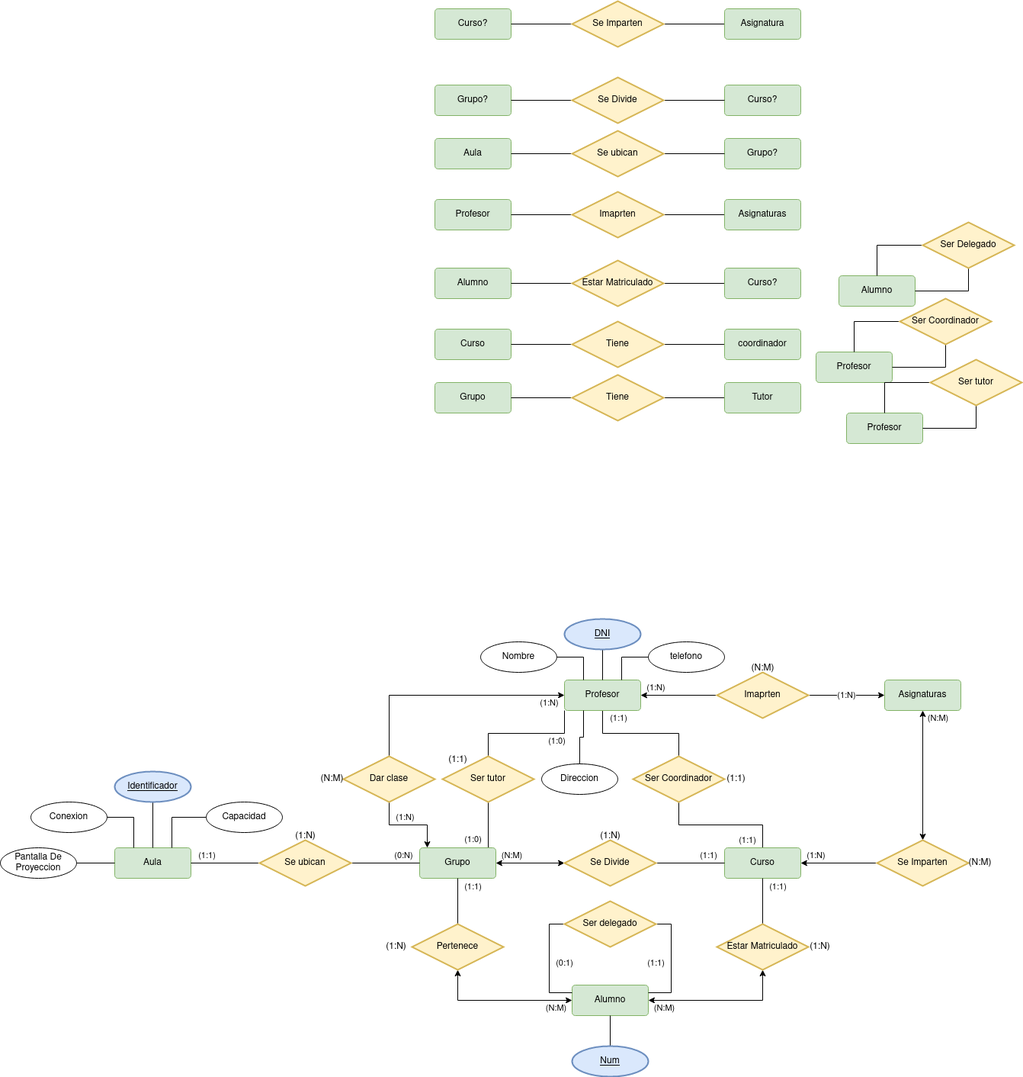
This is tareas base de datos/Actividades_Esquemas/Actividades_Esquemas/Diagrama Sen nome.drawio.png from Angel-L-G/Base-Datos, a draw.io export, as it was before one commit. Source tidied: cells renumbered, new cells last; positions are measured from the earlier drawing's top-left corner, leaving out a move shared by most shapes.
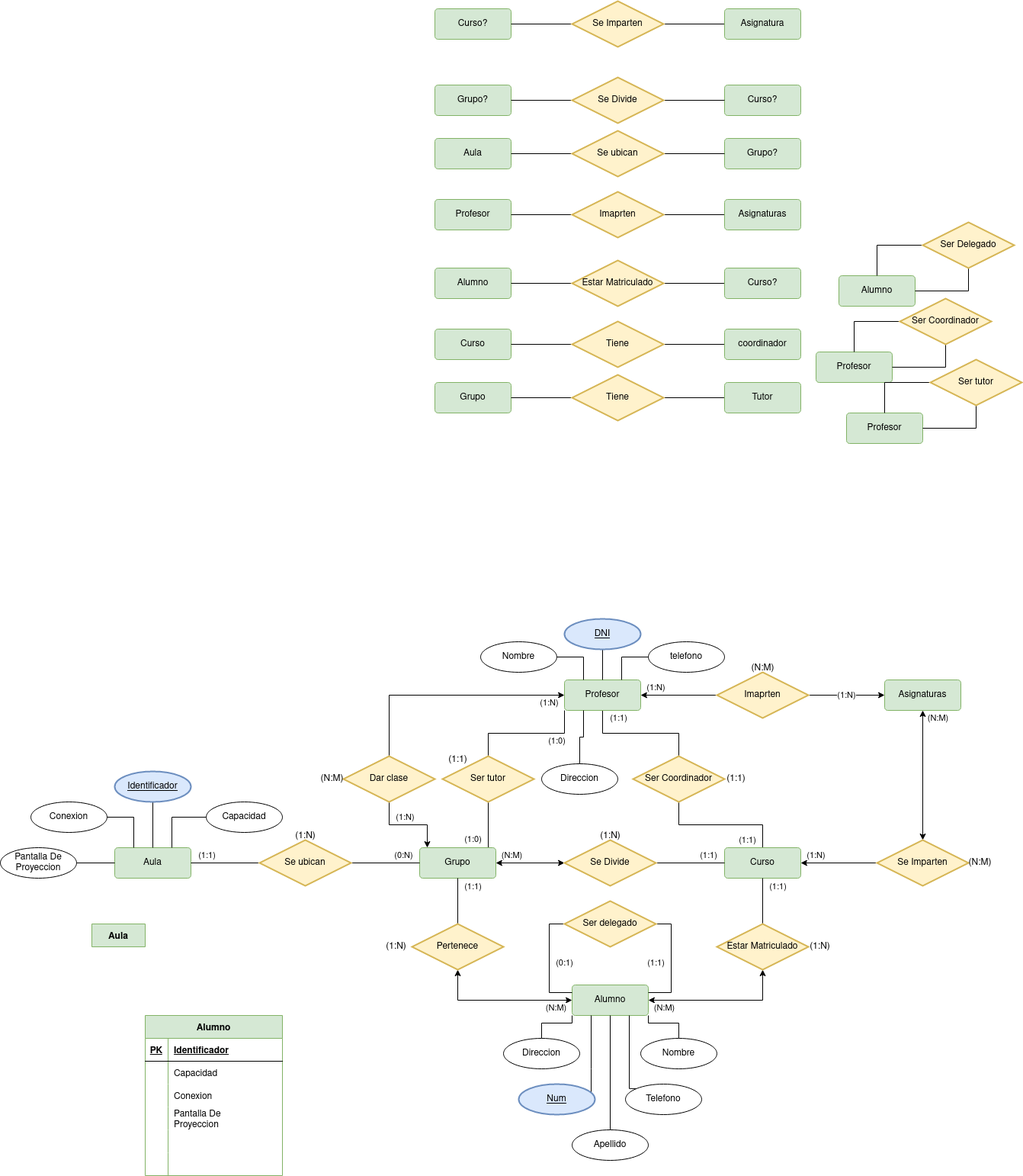
Later version of the same file.

The edit, as a diff of the source:
```diff
@@ -377,11 +377,16 @@
     <mxCell id="107" value="Ser delegado" style="shape=rhombus;perimeter=rhombusPerimeter;whiteSpace=wrap;html=1;align=center;fillColor=#fff2cc;strokeColor=#d6b656;strokeWidth=2;" parent="1" vertex="1">
       <mxGeometry x="740" y="1180" width="120" height="60" as="geometry" />
     </mxCell>
-    <mxCell id="108" style="edgeStyle=orthogonalEdgeStyle;rounded=0;jettySize=auto;html=1;entryX=0.5;entryY=1;entryDx=0;entryDy=0;endArrow=none;endFill=0;" parent="1" edge="1" source="109" target="69">
-      <mxGeometry relative="1" as="geometry" />
+    <mxCell id="108" style="edgeStyle=orthogonalEdgeStyle;rounded=0;jettySize=auto;html=1;entryX=0.25;entryY=1;entryDx=0;entryDy=0;endArrow=none;endFill=0;" parent="1" edge="1" source="109" target="69">
+      <mxGeometry relative="1" as="geometry">
+        <Array as="points">
+          <mxPoint x="775" y="1400" />
+          <mxPoint x="775" y="1400" />
+        </Array>
+      </mxGeometry>
     </mxCell>
     <mxCell id="109" value="Num" style="ellipse;whiteSpace=wrap;html=1;align=center;fontStyle=4;strokeWidth=2;fillColor=#dae8fc;strokeColor=#6c8ebf;" parent="1" vertex="1">
-      <mxGeometry x="750" y="1370" width="100" height="40" as="geometry" />
+      <mxGeometry x="680" y="1420" width="100" height="40" as="geometry" />
     </mxCell>
     <mxCell id="110" value="(1:N)" style="text;html=1;align=center;verticalAlign=middle;strokeColor=none;fillColor=none;" parent="1" vertex="1">
       <mxGeometry x="494" y="1225" width="50" height="30" as="geometry" />
@@ -389,5 +394,93 @@
     <mxCell id="111" value="(1:N)" style="text;html=1;align=center;verticalAlign=middle;strokeColor=none;fillColor=none;" parent="1" vertex="1">
       <mxGeometry x="1050" y="1225" width="50" height="30" as="geometry" />
     </mxCell>
+    <mxCell id="112" value="Aula" style="shape=table;startSize=30;rowLines=0;fontStyle=1;align=center;fillColor=#d5e8d4;strokeColor=#82b366;" parent="1" vertex="1" collapsed="1">
+      <mxGeometry x="120" y="1210" width="70" height="30" as="geometry" />
+    </mxCell>
+    <mxCell id="113" value="Alumno" style="shape=table;startSize=30;rowLines=0;fontStyle=1;align=center;fillColor=#d5e8d4;strokeColor=#82b366;" parent="1" vertex="1">
+      <mxGeometry x="190" y="1330" width="180" height="210" as="geometry" />
+    </mxCell>
+    <mxCell id="114" style="shape=tableRow;horizontal=0;startSize=0;swimlaneHead=0;swimlaneBody=0;fillColor=none;top=0;left=0;right=0;bottom=1;" parent="113" vertex="1">
+      <mxGeometry y="30" width="180" height="30" as="geometry" />
+    </mxCell>
+    <mxCell id="115" value="PK" style="shape=partialRectangle;fillColor=none;top=0;left=0;bottom=0;right=0;fontStyle=5;overflow=hidden;" parent="114" vertex="1">
+      <mxGeometry width="30" height="30" as="geometry" />
+    </mxCell>
+    <mxCell id="116" value="Identificador" style="shape=partialRectangle;fillColor=none;top=0;left=0;bottom=0;right=0;align=left;spacingLeft=6;fontStyle=5;overflow=hidden;" parent="114" vertex="1">
+      <mxGeometry x="30" width="150" height="30" as="geometry" />
+    </mxCell>
+    <mxCell id="117" style="shape=tableRow;horizontal=0;startSize=0;swimlaneHead=0;swimlaneBody=0;fillColor=none;top=0;left=0;right=0;bottom=0;" parent="113" vertex="1">
+      <mxGeometry y="60" width="180" height="30" as="geometry" />
+    </mxCell>
+    <mxCell id="118" style="shape=partialRectangle;fillColor=none;top=0;left=0;bottom=0;right=0;overflow=hidden;" parent="117" vertex="1">
+      <mxGeometry width="30" height="30" as="geometry" />
+    </mxCell>
+    <mxCell id="119" value="Capacidad" style="shape=partialRectangle;fillColor=none;top=0;left=0;bottom=0;right=0;align=left;spacingLeft=6;overflow=hidden;" parent="117" vertex="1">
+      <mxGeometry x="30" width="150" height="30" as="geometry" />
+    </mxCell>
+    <mxCell id="120" style="shape=tableRow;horizontal=0;startSize=0;swimlaneHead=0;swimlaneBody=0;fillColor=none;top=0;left=0;right=0;bottom=0;" parent="113" vertex="1">
+      <mxGeometry y="90" width="180" height="30" as="geometry" />
+    </mxCell>
+    <mxCell id="121" style="shape=partialRectangle;fillColor=none;top=0;left=0;bottom=0;right=0;overflow=hidden;" parent="120" vertex="1">
+      <mxGeometry width="30" height="30" as="geometry" />
+    </mxCell>
+    <mxCell id="122" value="Conexion" style="shape=partialRectangle;fillColor=none;top=0;left=0;bottom=0;right=0;align=left;spacingLeft=6;overflow=hidden;" parent="120" vertex="1">
+      <mxGeometry x="30" width="150" height="30" as="geometry" />
+    </mxCell>
+    <mxCell id="123" style="shape=tableRow;horizontal=0;startSize=0;swimlaneHead=0;swimlaneBody=0;fillColor=none;top=0;left=0;right=0;bottom=0;" parent="113" vertex="1">
+      <mxGeometry y="120" width="180" height="30" as="geometry" />
+    </mxCell>
+    <mxCell id="124" style="shape=partialRectangle;fillColor=none;top=0;left=0;bottom=0;right=0;overflow=hidden;" parent="123" vertex="1">
+      <mxGeometry width="30" height="30" as="geometry" />
+    </mxCell>
+    <mxCell id="125" value="Pantalla De&#10;Proyeccion&#10;" style="shape=partialRectangle;fillColor=none;top=0;left=0;bottom=0;right=0;align=left;spacingLeft=6;overflow=hidden;" parent="123" vertex="1">
+      <mxGeometry x="30" width="150" height="30" as="geometry" />
+    </mxCell>
+    <mxCell id="126" style="shape=tableRow;horizontal=0;startSize=0;swimlaneHead=0;swimlaneBody=0;fillColor=none;top=0;left=0;right=0;bottom=0;" parent="113" vertex="1">
+      <mxGeometry y="150" width="180" height="30" as="geometry" />
+    </mxCell>
+    <mxCell id="127" style="shape=partialRectangle;fillColor=none;top=0;left=0;bottom=0;right=0;overflow=hidden;" parent="126" vertex="1">
+      <mxGeometry width="30" height="30" as="geometry" />
+    </mxCell>
+    <mxCell id="128" style="shape=partialRectangle;fillColor=none;top=0;left=0;bottom=0;right=0;align=left;spacingLeft=6;overflow=hidden;" parent="126" vertex="1">
+      <mxGeometry x="30" width="150" height="30" as="geometry" />
+    </mxCell>
+    <mxCell id="129" style="shape=tableRow;horizontal=0;startSize=0;swimlaneHead=0;swimlaneBody=0;fillColor=none;top=0;left=0;right=0;bottom=0;" parent="113" vertex="1">
+      <mxGeometry y="180" width="180" height="30" as="geometry" />
+    </mxCell>
+    <mxCell id="130" style="shape=partialRectangle;fillColor=none;top=0;left=0;bottom=0;right=0;overflow=hidden;" parent="129" vertex="1">
+      <mxGeometry width="30" height="30" as="geometry" />
+    </mxCell>
+    <mxCell id="131" style="shape=partialRectangle;fillColor=none;top=0;left=0;bottom=0;right=0;align=left;spacingLeft=6;overflow=hidden;" parent="129" vertex="1">
+      <mxGeometry x="30" width="150" height="30" as="geometry" />
+    </mxCell>
+    <mxCell id="132" style="edgeStyle=orthogonalEdgeStyle;rounded=0;jettySize=auto;html=1;entryX=1;entryY=1;entryDx=0;entryDy=0;endArrow=none;endFill=0;" parent="1" edge="1" source="133" target="69">
+      <mxGeometry relative="1" as="geometry" />
+    </mxCell>
+    <mxCell id="133" value="Nombre" style="ellipse;whiteSpace=wrap;html=1;align=center;strokeWidth=1;" parent="1" vertex="1">
+      <mxGeometry x="840" y="1360" width="100" height="40" as="geometry" />
+    </mxCell>
+    <mxCell id="134" style="edgeStyle=orthogonalEdgeStyle;rounded=0;jettySize=auto;html=1;entryX=0.75;entryY=1;entryDx=0;entryDy=0;endArrow=none;endFill=0;exitX=0;exitY=0;exitDx=0;exitDy=0;" parent="1" edge="1" source="135" target="69">
+      <mxGeometry relative="1" as="geometry">
+        <Array as="points">
+          <mxPoint x="825" y="1426" />
+        </Array>
+      </mxGeometry>
+    </mxCell>
+    <mxCell id="135" value="Telefono" style="ellipse;whiteSpace=wrap;html=1;align=center;strokeWidth=1;" parent="1" vertex="1">
+      <mxGeometry x="820" y="1420" width="100" height="40" as="geometry" />
+    </mxCell>
+    <mxCell id="136" style="edgeStyle=orthogonalEdgeStyle;rounded=0;jettySize=auto;html=1;entryX=0;entryY=1;entryDx=0;entryDy=0;endArrow=none;endFill=0;" parent="1" edge="1" source="137" target="69">
+      <mxGeometry relative="1" as="geometry" />
+    </mxCell>
+    <mxCell id="137" value="Direccion" style="ellipse;whiteSpace=wrap;html=1;align=center;strokeWidth=1;" parent="1" vertex="1">
+      <mxGeometry x="660" y="1360" width="100" height="40" as="geometry" />
+    </mxCell>
+    <mxCell id="138" style="edgeStyle=orthogonalEdgeStyle;rounded=0;jettySize=auto;html=1;endArrow=none;endFill=0;" parent="1" edge="1" source="139" target="69">
+      <mxGeometry relative="1" as="geometry" />
+    </mxCell>
+    <mxCell id="139" value="Apellido" style="ellipse;whiteSpace=wrap;html=1;align=center;strokeWidth=1;" parent="1" vertex="1">
+      <mxGeometry x="750" y="1480" width="100" height="40" as="geometry" />
+    </mxCell>
   </root>
 </mxGraphModel>
```
